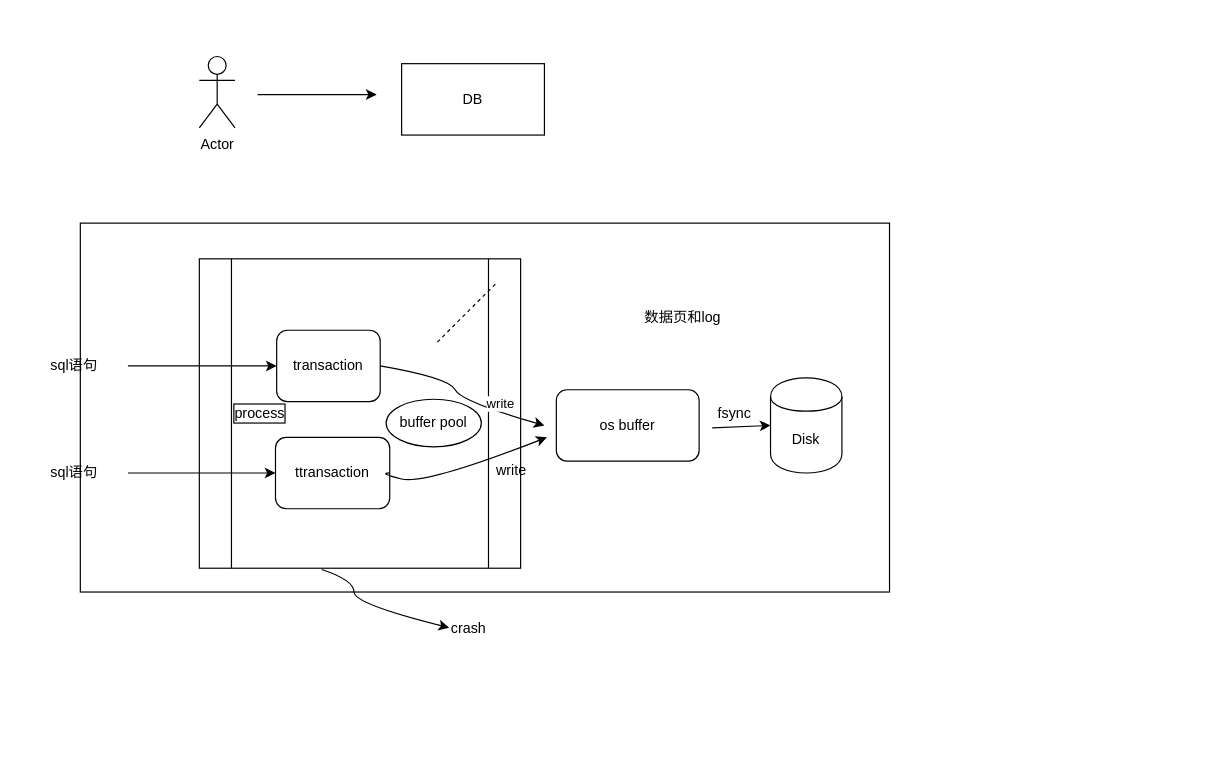
Before: page "overview" (1 of 3) of graph/test.drawio in hthappiness/codebase, a draw.io diagram. Source tidied: cells renumbered, new cells numbered last; positions are measured from the earlier drawing's top-left corner, leaving out a move shared by most shapes. Both pictures are drawn from the tidied source at 119%, with x=0, y=0 at pixel (20, 56).
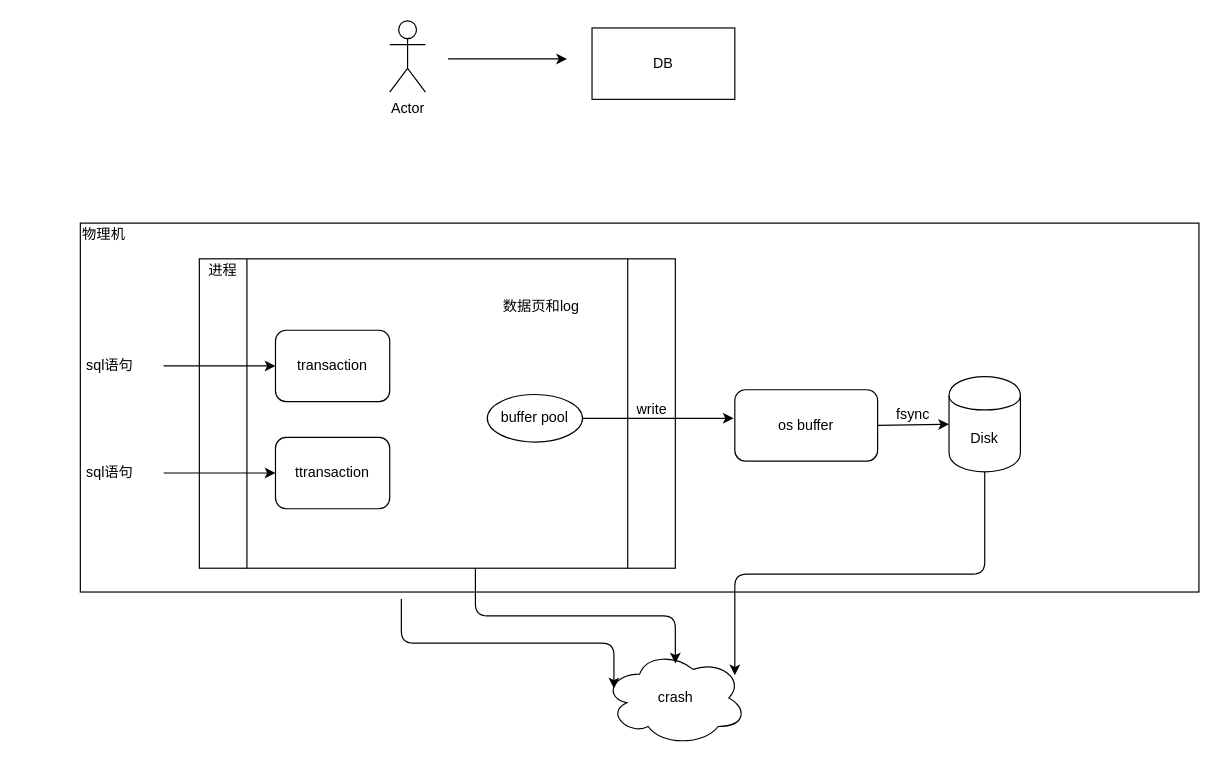
Above is the later version.

The edit, as a diff of the source:
```diff
@@
     <mxCell id="2" style="rounded=0;whiteSpace=wrap;html=1;textOpacity=50;" parent="1" vertex="1">
-      <mxGeometry x="50" y="140" width="680" height="310" as="geometry" />
+      <mxGeometry x="50" y="140" width="940" height="310" as="geometry" />
     </mxCell>
-    <mxCell id="3" value="process" style="shape=process;whiteSpace=wrap;html=1;backgroundOutline=1;align=left;labelBorderColor=#000000;" parent="1" vertex="1">
-      <mxGeometry x="150" y="170" width="270" height="260" as="geometry" />
+    <mxCell id="3" style="shape=process;whiteSpace=wrap;html=1;backgroundOutline=1;align=left;labelBorderColor=#000000;" parent="1" vertex="1">
+      <mxGeometry x="150" y="170" width="400" height="260" as="geometry" />
     </mxCell>
     <mxCell id="4" value="Actor" style="shape=umlActor;verticalLabelPosition=bottom;labelBackgroundColor=#ffffff;verticalAlign=top;html=1;" parent="1" vertex="1">
-      <mxGeometry x="150" width="30" height="60" as="geometry" />
+      <mxGeometry x="310" y="-30" width="30" height="60" as="geometry" />
     </mxCell>
     <mxCell id="5" value="DB" style="rounded=0;whiteSpace=wrap;html=1;" parent="1" vertex="1">
-      <mxGeometry x="320" y="6" width="120" height="60" as="geometry" />
+      <mxGeometry x="480" y="-24" width="120" height="60" as="geometry" />
     </mxCell>
     <mxCell id="6" style="endArrow=classic;html=1;" parent="1" edge="1">
       <mxGeometry relative="1" as="geometry">
-        <mxPoint x="199" y="32" as="sourcePoint" />
-        <mxPoint x="299" y="32" as="targetPoint" />
+        <mxPoint x="359" y="2" as="sourcePoint" />
+        <mxPoint x="459" y="2" as="targetPoint" />
       </mxGeometry>
     </mxCell>
     <mxCell id="7" value="os buffer" style="rounded=1;whiteSpace=wrap;html=1;" parent="1" vertex="1">
-      <mxGeometry x="450" y="280" width="120" height="60" as="geometry" />
+      <mxGeometry x="600" y="280" width="120" height="60" as="geometry" />
     </mxCell>
     <mxCell id="8" value="transaction" style="rounded=1;whiteSpace=wrap;html=1;" parent="1" vertex="1">
-      <mxGeometry x="215" y="230" width="87" height="60" as="geometry" />
+      <mxGeometry x="214" y="230" width="96" height="60" as="geometry" />
     </mxCell>
@@
-    <mxCell id="10" style="curved=1;endArrow=classic;html=1;exitX=1;exitY=0.5;exitDx=0;exitDy=0;" parent="1" edge="1" source="8">
-      <mxGeometry relative="1" as="geometry">
-        <mxPoint x="440" y="310" as="targetPoint" />
-        <Array as="points">
-          <mxPoint x="360" y="270" />
-          <mxPoint x="370" y="290" />
-        </Array>
-      </mxGeometry>
-    </mxCell>
-    <mxCell id="11" value="write" style="edgeLabel;html=1;align=center;verticalAlign=middle;" parent="10" vertex="1">
-      <mxGeometry x="0.34" y="9" relative="1" as="geometry">
-        <mxPoint x="8.7" y="4.4" as="offset" />
-      </mxGeometry>
-    </mxCell>
-    <mxCell id="12" style="curved=1;endArrow=classic;html=1;exitX=0.593;exitY=0.692;exitDx=0;exitDy=0;exitPerimeter=0;" parent="1" edge="1" source="3">
-      <mxGeometry relative="1" as="geometry">
-        <mxPoint x="442" y="320" as="targetPoint" />
-        <Array as="points">
-          <mxPoint x="300" y="350" />
-          <mxPoint x="340" y="360" />
-        </Array>
-      </mxGeometry>
-    </mxCell>
     <mxCell id="13" value="write" style="text;html=1;align=center;verticalAlign=middle;" parent="1" vertex="1">
-      <mxGeometry x="392" y="338" width="40" height="20" as="geometry" />
+      <mxGeometry x="510" y="287" width="40" height="20" as="geometry" />
     </mxCell>
     <mxCell id="14" value="Disk" style="shape=cylinder;whiteSpace=wrap;html=1;boundedLbl=1;backgroundOutline=1;" parent="1" vertex="1">
-      <mxGeometry x="630" y="270" width="60" height="80" as="geometry" />
+      <mxGeometry x="780" y="269" width="60" height="80" as="geometry" />
     </mxCell>
-    <mxCell id="15" style="endArrow=classic;html=1;entryX=0;entryY=0.5;entryDx=0;entryDy=0;" parent="1" edge="1" target="14">
-      <mxGeometry relative="1" as="geometry">
-        <mxPoint x="581" y="312" as="sourcePoint" />
-      </mxGeometry>
-    </mxCell>
-    <mxCell id="16" style="endArrow=none;dashed=1;html=1;" parent="1" edge="1">
-      <mxGeometry relative="1" as="geometry">
-        <mxPoint x="350" y="240" as="sourcePoint" />
-        <mxPoint x="400" y="190" as="targetPoint" />
-      </mxGeometry>
-    </mxCell>
-    <mxCell id="17" style="curved=1;endArrow=classic;html=1;exitX=0.381;exitY=1.004;exitDx=0;exitDy=0;exitPerimeter=0;" parent="1" edge="1" source="3">
-      <mxGeometry relative="1" as="geometry">
-        <mxPoint x="360" y="480" as="targetPoint" />
-        <Array as="points">
-          <mxPoint x="280" y="440" />
-          <mxPoint x="280" y="460" />
-        </Array>
-      </mxGeometry>
-    </mxCell>
-    <mxCell id="18" value="crash" style="text;html=1;align=center;verticalAlign=middle;" parent="1" vertex="1">
-      <mxGeometry x="356" y="471" width="40" height="20" as="geometry" />
-    </mxCell>
@@
     <mxCell id="20" value="sql语句" style="text;html=1;strokeColor=none;fillColor=none;align=center;verticalAlign=middle;whiteSpace=wrap;rounded=0;" parent="1" vertex="1">
-      <mxGeometry y="250" width="90" height="20" as="geometry" />
+      <mxGeometry x="30" y="250" width="90" height="20" as="geometry" />
     </mxCell>
@@
     <mxCell id="22" value="sql语句" style="text;html=1;strokeColor=none;fillColor=none;align=center;verticalAlign=middle;whiteSpace=wrap;rounded=0;" parent="1" vertex="1">
-      <mxGeometry y="340" width="90" height="20" as="geometry" />
+      <mxGeometry x="30" y="340" width="90" height="20" as="geometry" />
     </mxCell>
     <mxCell id="23" value="数据页和log" style="text;html=1;strokeColor=none;fillColor=none;align=center;verticalAlign=middle;whiteSpace=wrap;rounded=0;" parent="1" vertex="1">
-      <mxGeometry x="439" y="210" width="235" height="20" as="geometry" />
+      <mxGeometry x="320" y="200" width="235" height="20" as="geometry" />
     </mxCell>
     <mxCell id="24" value="fsync" style="text;html=1;strokeColor=none;fillColor=none;align=center;verticalAlign=middle;whiteSpace=wrap;rounded=0;" parent="1" vertex="1">
-      <mxGeometry x="580" y="290" width="40" height="20" as="geometry" />
+      <mxGeometry x="730" y="291" width="40" height="20" as="geometry" />
     </mxCell>
     <mxCell id="25" value="buffer pool" style="ellipse;whiteSpace=wrap;html=1;" parent="1" vertex="1">
-      <mxGeometry x="307" y="288" width="80" height="40" as="geometry" />
+      <mxGeometry x="392" y="284" width="80" height="40" as="geometry" />
     </mxCell>
+    <mxCell id="26" style="endArrow=classic;html=1;exitX=1;exitY=0.5;exitDx=0;exitDy=0;entryX=-0.008;entryY=0.4;entryDx=0;entryDy=0;entryPerimeter=0;" parent="1" edge="1" source="25" target="7">
+      <mxGeometry relative="1" as="geometry" />
+    </mxCell>
+    <mxCell id="27" value="物理机" style="text;html=1;strokeColor=none;fillColor=none;align=center;verticalAlign=middle;whiteSpace=wrap;rounded=0;" parent="1" vertex="1">
+      <mxGeometry x="50" y="140" width="40" height="20" as="geometry" />
+    </mxCell>
+    <mxCell id="28" value="进程" style="text;html=1;strokeColor=none;fillColor=none;align=center;verticalAlign=middle;whiteSpace=wrap;rounded=0;" parent="1" vertex="1">
+      <mxGeometry x="150" y="170" width="40" height="20" as="geometry" />
+    </mxCell>
+    <mxCell id="29" style="endArrow=classic;html=1;exitX=1;exitY=0.5;exitDx=0;exitDy=0;entryX=0;entryY=0.5;entryDx=0;entryDy=0;" parent="1" edge="1" source="7" target="14">
+      <mxGeometry relative="1" as="geometry" />
+    </mxCell>
+    <mxCell id="30" style="group;" parent="1" vertex="1">
+      <mxGeometry x="490" y="499" width="120" height="80" as="geometry" />
+    </mxCell>
+    <mxCell id="31" style="ellipse;shape=cloud;whiteSpace=wrap;html=1;" parent="30" vertex="1">
+      <mxGeometry width="120" height="80" as="geometry" />
+    </mxCell>
+    <mxCell id="18" value="crash" style="text;html=1;align=center;verticalAlign=middle;" parent="30" vertex="1">
+      <mxGeometry x="40" y="30" width="40" height="20" as="geometry" />
+    </mxCell>
+    <mxCell id="32" style="edgeStyle=elbowEdgeStyle;elbow=vertical;endArrow=classic;html=1;exitX=0.58;exitY=1;exitDx=0;exitDy=0;exitPerimeter=0;" parent="30" edge="1" source="3">
+      <mxGeometry relative="1" as="geometry">
+        <mxPoint x="60" y="11" as="targetPoint" />
+      </mxGeometry>
+    </mxCell>
+    <mxCell id="33" style="edgeStyle=elbowEdgeStyle;elbow=vertical;endArrow=classic;html=1;" parent="1" edge="1" source="14">
+      <mxGeometry relative="1" as="geometry">
+        <mxPoint x="600" y="520" as="targetPoint" />
+      </mxGeometry>
+    </mxCell>
+    <mxCell id="34" style="edgeStyle=elbowEdgeStyle;elbow=vertical;endArrow=classic;html=1;exitX=0.287;exitY=1.019;exitDx=0;exitDy=0;exitPerimeter=0;entryX=0.07;entryY=0.4;entryDx=0;entryDy=0;entryPerimeter=0;" parent="1" edge="1" source="2" target="31">
+      <mxGeometry relative="1" as="geometry" />
+    </mxCell>
```
